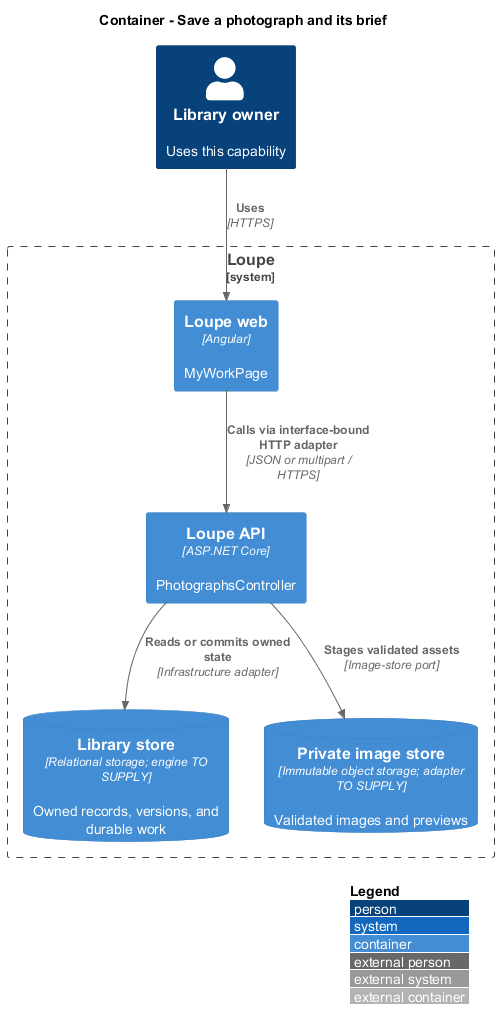
This is docs/detailed-designs/my-work/save-photograph/diagrams/c4-container.png from QuinntyneBrown/loupe, a PlantUML export, as it was before one commit. Its diagram source:
```plantuml
@startuml
!include <C4/C4_Container>
LAYOUT_WITH_LEGEND()
title Container - Save a photograph and its brief
Person(owner, "Library owner", "Uses this capability")
System_Boundary(loupe, "Loupe") {
Container(spa, "Loupe web", "Angular", "MyWorkPage")
Container(api, "Loupe API", "ASP.NET Core", "PhotographsController")
ContainerDb(db, "Library store", "Relational storage; engine TO SUPPLY", "Owned records, versions, and durable work")
ContainerDb(images, "Private image store", "Immutable object storage; adapter TO SUPPLY", "Validated images and previews")
}
Rel(owner, spa, "Uses", "HTTPS")
Rel(spa, api, "Calls via interface-bound HTTP adapter", "JSON or multipart / HTTPS")
Rel(api, db, "Reads or commits owned state", "Infrastructure adapter")
Rel(api, images, "Stages validated assets", "Image-store port")
@enduml
```
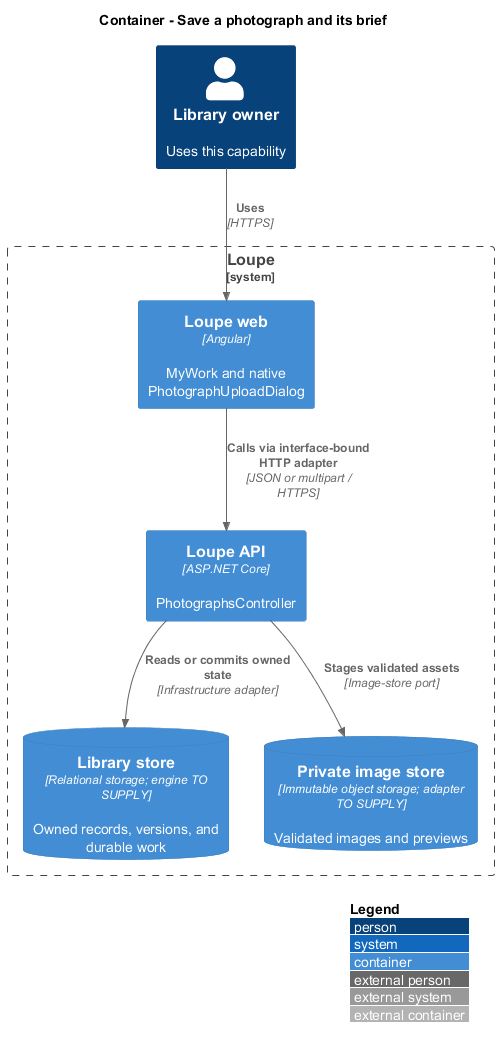
The same diagram one commit later.

Change to the diagram source:
```diff
@@ -4,7 +4,7 @@
 title Container - Save a photograph and its brief
 Person(owner, "Library owner", "Uses this capability")
 System_Boundary(loupe, "Loupe") {
-Container(spa, "Loupe web", "Angular", "MyWorkPage")
+Container(spa, "Loupe web", "Angular", "MyWork and native PhotographUploadDialog")
 Container(api, "Loupe API", "ASP.NET Core", "PhotographsController")
 ContainerDb(db, "Library store", "Relational storage; engine TO SUPPLY", "Owned records, versions, and durable work")
 ContainerDb(images, "Private image store", "Immutable object storage; adapter TO SUPPLY", "Validated images and previews")
```
